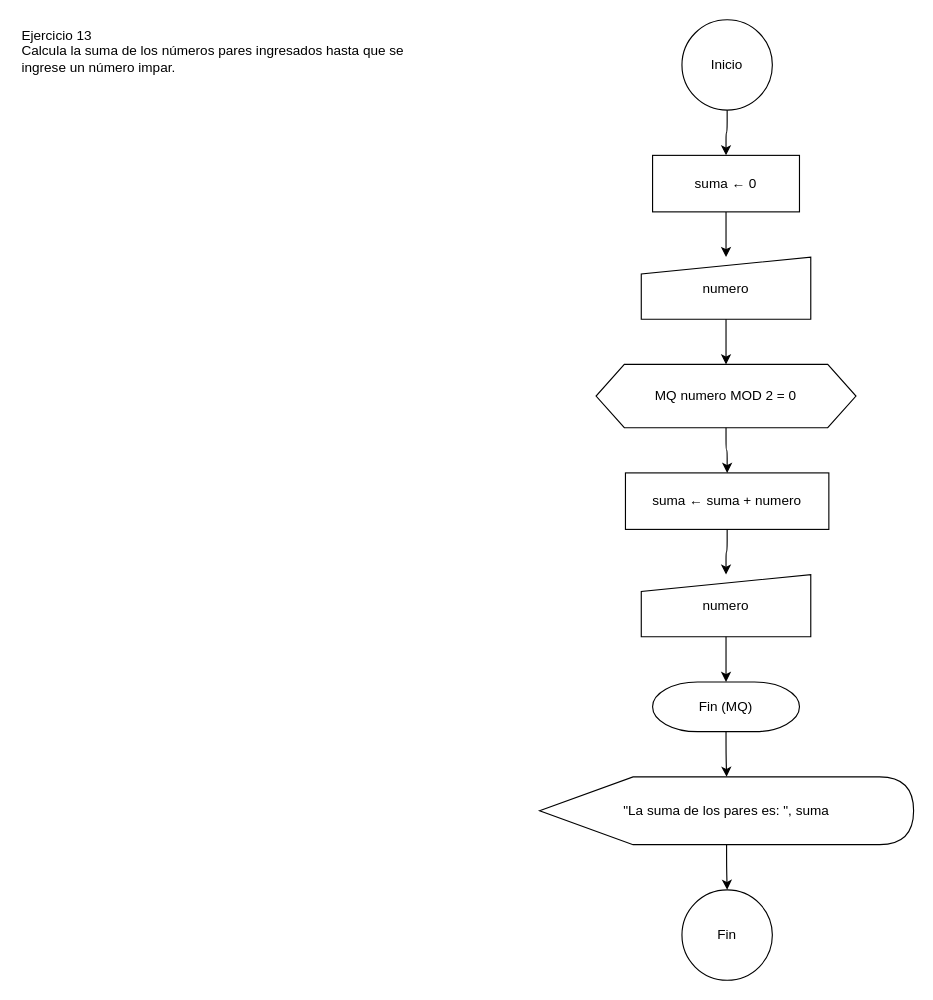
Before: DATOS Y ALGORITMOS/Practica/2_Repeticion_Para_Mientras/Ejercicio_13/diagrama.drawio in gonzalogiolitti/facultad-tcd, a draw.io diagram. Source tidied: cells renumbered, new cells numbered last; positions are measured from the earlier drawing's top-left corner, leaving out a move shared by most shapes. Both pictures are drawn from the tidied source at 113%, with x=0, y=0 at pixel (19, 19).
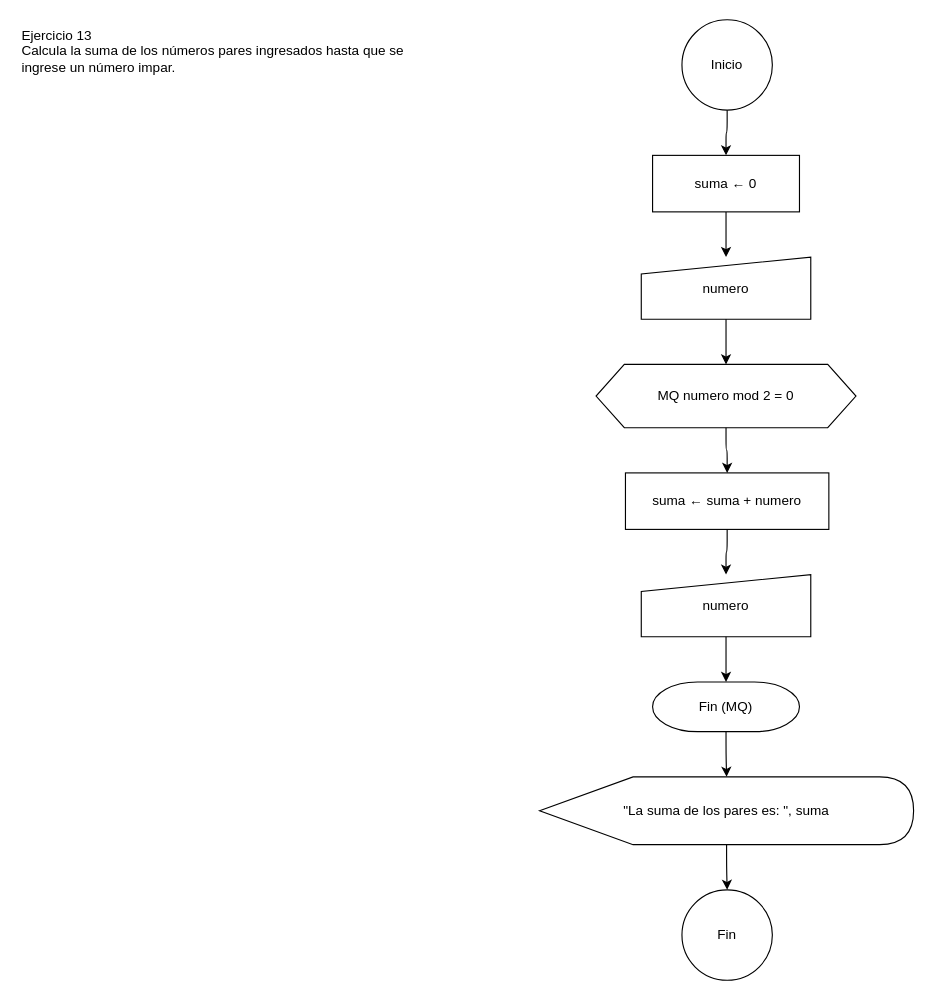
The same diagram, later.

Change to the diagram source:
```diff
@@
 <mxGraphModel>
   <root>
     <mxCell id="0" />
     <mxCell id="1" parent="0" />
     <mxCell id="2" value="Ejercicio 13&lt;br&gt;Calcula la suma de los números pares ingresados hasta que se ingrese un número impar." style="text;html=1;strokeColor=none;fillColor=none;align=left;verticalAlign=top;whiteSpace=wrap;" parent="1" vertex="1">
       <mxGeometry width="380" height="78" as="geometry" />
     </mxCell>
     <mxCell id="3" value="Inicio" style="ellipse;whiteSpace=wrap;html=1;" parent="1" vertex="1">
       <mxGeometry x="586" width="80" height="80" as="geometry" />
     </mxCell>
     <mxCell id="4" value="suma ← 0" style="rounded=0;whiteSpace=wrap;html=1;" parent="1" vertex="1">
       <mxGeometry x="560" y="120" width="130" height="50" as="geometry" />
     </mxCell>
     <mxCell id="5" value="numero" style="shape=manualInput;whiteSpace=wrap;html=1;size=15;" parent="1" vertex="1">
       <mxGeometry x="550" y="210" width="150" height="55" as="geometry" />
     </mxCell>
-    <mxCell id="6" value="MQ  numero MOD 2 = 0" style="shape=hexagon;perimeter=hexagonPerimeter2;whiteSpace=wrap;html=1;fixedSize=1;size=25;" parent="1" vertex="1">
+    <mxCell id="6" value="MQ  numero mod 2 = 0" style="shape=hexagon;perimeter=hexagonPerimeter2;whiteSpace=wrap;html=1;fixedSize=1;size=25;" parent="1" vertex="1">
       <mxGeometry x="510" y="305" width="230" height="56" as="geometry" />
     </mxCell>
     <mxCell id="7" value="suma ← suma + numero" style="rounded=0;whiteSpace=wrap;html=1;" parent="1" vertex="1">
       <mxGeometry x="536" y="401" width="180" height="50" as="geometry" />
     </mxCell>
     <mxCell id="8" value="numero" style="shape=manualInput;whiteSpace=wrap;html=1;size=15;" parent="1" vertex="1">
       <mxGeometry x="550" y="491" width="150" height="55" as="geometry" />
     </mxCell>
     <mxCell id="9" value="Fin (MQ)" style="shape=mxgraph.flowchart.terminator;whiteSpace=wrap;html=1;" parent="1" vertex="1">
       <mxGeometry x="560" y="586" width="130" height="44" as="geometry" />
     </mxCell>
     <mxCell id="10" value="&quot;La suma de los pares es: &quot;, suma" style="shape=display;whiteSpace=wrap;html=1;" parent="1" vertex="1">
       <mxGeometry x="460" y="670" width="331" height="60" as="geometry" />
     </mxCell>
     <mxCell id="11" value="Fin" style="ellipse;whiteSpace=wrap;html=1;" parent="1" vertex="1">
       <mxGeometry x="586" y="770" width="80" height="80" as="geometry" />
     </mxCell>
     <mxCell id="12" style="edgeStyle=orthogonalEdgeStyle;html=1;exitX=0.5;exitY=1;entryX=0.5;entryY=0;" parent="1" edge="1" source="3" target="4">
       <mxGeometry relative="1" as="geometry" />
     </mxCell>
     <mxCell id="13" style="edgeStyle=orthogonalEdgeStyle;html=1;exitX=0.5;exitY=1;entryX=0.5;entryY=0;" parent="1" edge="1" source="4" target="5">
       <mxGeometry relative="1" as="geometry" />
     </mxCell>
     <mxCell id="14" style="edgeStyle=orthogonalEdgeStyle;html=1;exitX=0.5;exitY=1;entryX=0.5;entryY=0;" parent="1" edge="1" source="5" target="6">
       <mxGeometry relative="1" as="geometry" />
     </mxCell>
     <mxCell id="15" style="edgeStyle=orthogonalEdgeStyle;html=1;exitX=0.5;exitY=1;entryX=0.5;entryY=0;" parent="1" edge="1" source="6" target="7">
       <mxGeometry relative="1" as="geometry" />
     </mxCell>
     <mxCell id="16" style="edgeStyle=orthogonalEdgeStyle;html=1;exitX=0.5;exitY=1;entryX=0.5;entryY=0;" parent="1" edge="1" source="7" target="8">
       <mxGeometry relative="1" as="geometry" />
     </mxCell>
     <mxCell id="17" style="edgeStyle=orthogonalEdgeStyle;html=1;exitX=0.5;exitY=1;entryX=0.5;entryY=0;" parent="1" edge="1" source="8" target="9">
       <mxGeometry relative="1" as="geometry" />
     </mxCell>
     <mxCell id="18" style="edgeStyle=orthogonalEdgeStyle;html=1;exitX=0.5;exitY=1;entryX=0.5;entryY=0;" parent="1" edge="1" source="9" target="10">
       <mxGeometry relative="1" as="geometry" />
     </mxCell>
     <mxCell id="19" style="edgeStyle=orthogonalEdgeStyle;html=1;exitX=0.5;exitY=1;entryX=0.5;entryY=0;" parent="1" edge="1" source="10" target="11">
       <mxGeometry relative="1" as="geometry" />
     </mxCell>
   </root>
 </mxGraphModel>
```
